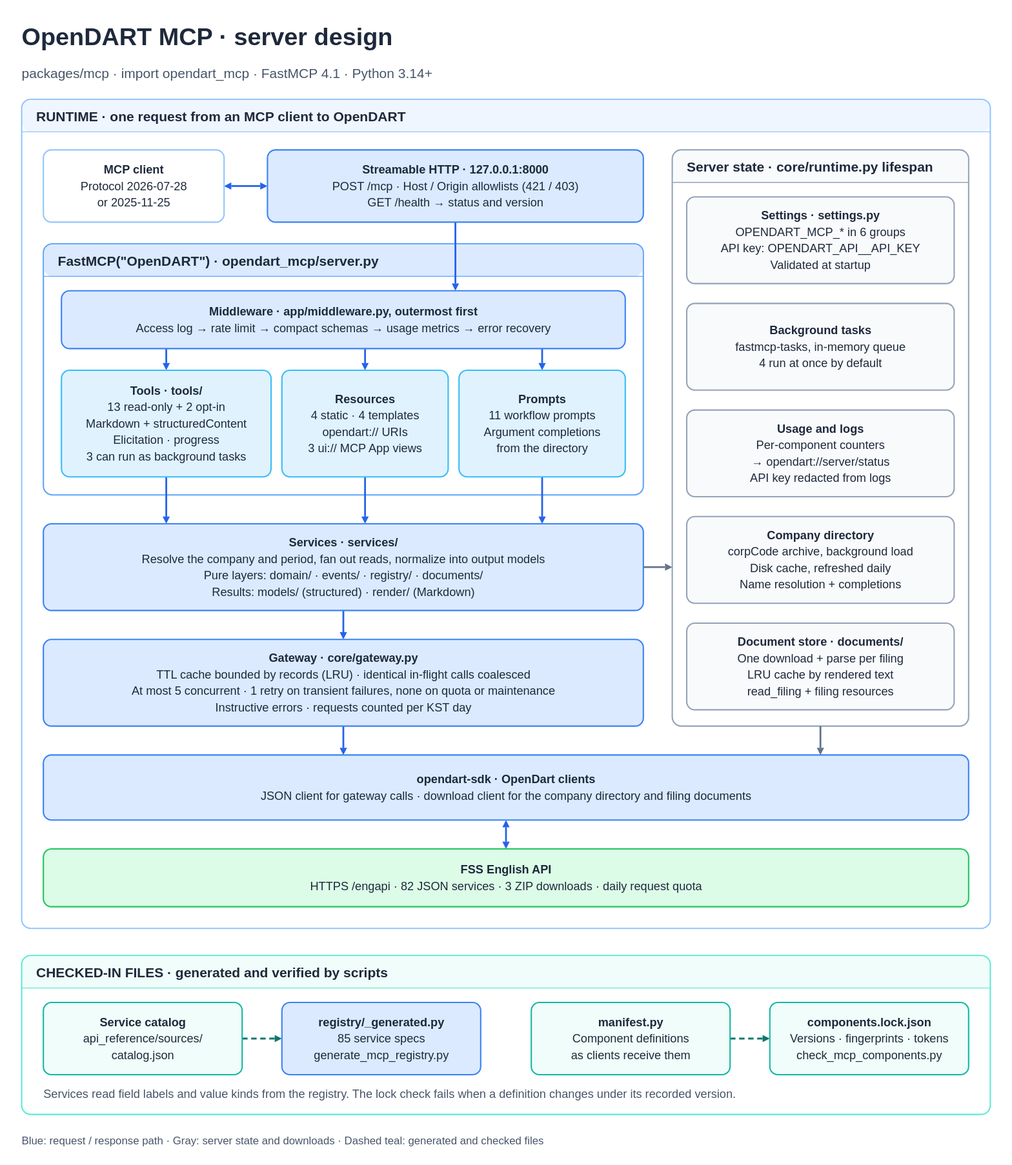
orestxherija/opendart keeps this draw.io diagram as packages/mcp/docs/architecture.svg. Above is the earlier version. Source tidied: cells renumbered, new cells last; positions are measured from the earlier drawing's top-left corner, leaving out a move shared by most shapes.
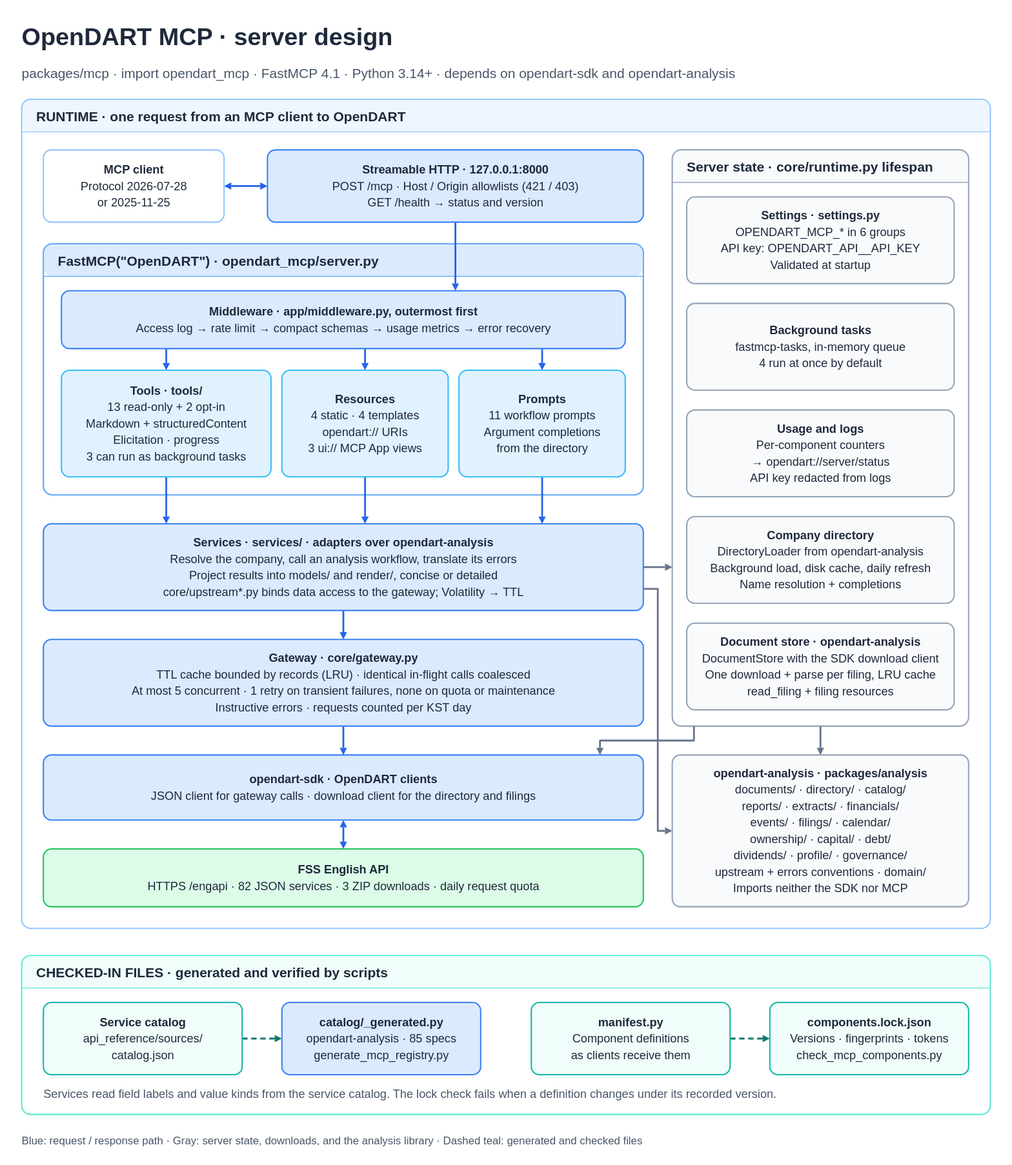
The same file after the commit.

Change to the diagram source:
```diff
@@ -5,7 +5,7 @@
     <mxCell id="2" value="OpenDART MCP · server design" style="rounded=1;whiteSpace=wrap;html=1;fontFamily=Arial;fontColor=#1e293b;strokeWidth=1.5;spacing=12;fontSize=27;fillColor=none;strokeColor=none;align=left;spacing=0;fontStyle=1;" parent="1" vertex="1">
       <mxGeometry width="1072" height="38" as="geometry" />
     </mxCell>
-    <mxCell id="3" value="packages/mcp · import opendart_mcp · FastMCP 4.1 · Python 3.14+" style="rounded=1;whiteSpace=wrap;html=1;fontFamily=Arial;fontColor=#475569;strokeWidth=1.5;spacing=12;fontSize=15;fillColor=none;strokeColor=none;align=left;spacing=0;" parent="1" vertex="1">
+    <mxCell id="3" value="packages/mcp · import opendart_mcp · FastMCP 4.1 · Python 3.14+ · depends on opendart-sdk and opendart-analysis" style="rounded=1;whiteSpace=wrap;html=1;fontFamily=Arial;fontColor=#475569;strokeWidth=1.5;spacing=12;fontSize=15;fillColor=none;strokeColor=none;align=left;spacing=0;" parent="1" vertex="1">
       <mxGeometry y="46" width="1072" height="26" as="geometry" />
     </mxCell>
     <mxCell id="4" value="RUNTIME · one request from an MCP client to OpenDART" style="rounded=1;whiteSpace=wrap;html=1;fontFamily=Arial;fontColor=#1e293b;strokeWidth=1.5;spacing=12;fontSize=15;fillColor=#eff6ff;strokeColor=#93c5fd;shape=swimlane;startSize=36;horizontal=1;align=left;spacingLeft=16;fontStyle=1;swimlaneFillColor=#ffffff;" parent="1" vertex="1">
@@ -38,7 +38,7 @@
     <mxCell id="13" value="&lt;b&gt;Prompts&lt;/b&gt;&lt;br&gt;11 workflow prompts&lt;br&gt;Argument completions&lt;br&gt;from the directory" style="rounded=1;whiteSpace=wrap;html=1;fontFamily=Arial;fontColor=#1e293b;strokeWidth=1.5;spacing=12;fontSize=13;fillColor=#e0f2fe;strokeColor=#38bdf8;" parent="5" vertex="1">
       <mxGeometry x="460" y="140" width="184" height="118" as="geometry" />
     </mxCell>
-    <mxCell id="14" value="&lt;b&gt;Services · services/&lt;/b&gt;&lt;br&gt;Resolve the company and period, fan out reads, normalize into output models&lt;br&gt;Pure layers: domain/ · events/ · registry/ · documents/&lt;br&gt;Results: models/ (structured) · render/ (Markdown)" style="rounded=1;whiteSpace=wrap;html=1;fontFamily=Arial;fontColor=#1e293b;strokeWidth=1.5;spacing=12;fontSize=13;fillColor=#dbeafe;strokeColor=#3b82f6;" parent="4" vertex="1">
+    <mxCell id="14" value="&lt;b&gt;Services · services/ · adapters over opendart-analysis&lt;/b&gt;&lt;br&gt;Resolve the company, call an analysis workflow, translate its errors&lt;br&gt;Project results into models/ and render/, concise or detailed&lt;br&gt;core/upstream*.py binds data access to the gateway; Volatility → TTL" style="rounded=1;whiteSpace=wrap;html=1;fontFamily=Arial;fontColor=#1e293b;strokeWidth=1.5;spacing=12;fontSize=13;fillColor=#dbeafe;strokeColor=#3b82f6;" parent="4" vertex="1">
       <mxGeometry x="24" y="470" width="664" height="96" as="geometry" />
     </mxCell>
     <mxCell id="15" value="&lt;b&gt;Gateway · core/gateway.py&lt;/b&gt;&lt;br&gt;TTL cache bounded by records (LRU) · identical in-flight calls coalesced&lt;br&gt;At most 5 concurrent · 1 retry on transient failures, none on quota or maintenance&lt;br&gt;Instructive errors · requests counted per KST day" style="rounded=1;whiteSpace=wrap;html=1;fontFamily=Arial;fontColor=#1e293b;strokeWidth=1.5;spacing=12;fontSize=13;fillColor=#dbeafe;strokeColor=#3b82f6;" parent="4" vertex="1">
@@ -53,22 +53,25 @@
     <mxCell id="18" value="&lt;b&gt;Usage and logs&lt;/b&gt;&lt;br&gt;Per-component counters&lt;br&gt;→ opendart://server/status&lt;br&gt;API key redacted from logs" style="rounded=1;whiteSpace=wrap;html=1;fontFamily=Arial;fontColor=#1e293b;strokeWidth=1.5;spacing=12;fontSize=13;fillColor=#f8fafc;strokeColor=#94a3b8;" parent="6" vertex="1">
       <mxGeometry x="16" y="288" width="296" height="96" as="geometry" />
     </mxCell>
-    <mxCell id="19" value="&lt;b&gt;Company directory&lt;/b&gt;&lt;br&gt;corpCode archive, background load&lt;br&gt;Disk cache, refreshed daily&lt;br&gt;Name resolution + completions" style="rounded=1;whiteSpace=wrap;html=1;fontFamily=Arial;fontColor=#1e293b;strokeWidth=1.5;spacing=12;fontSize=13;fillColor=#f8fafc;strokeColor=#94a3b8;" parent="6" vertex="1">
+    <mxCell id="19" value="&lt;b&gt;Company directory&lt;/b&gt;&lt;br&gt;DirectoryLoader from opendart-analysis&lt;br&gt;Background load, disk cache, daily refresh&lt;br&gt;Name resolution + completions" style="rounded=1;whiteSpace=wrap;html=1;fontFamily=Arial;fontColor=#1e293b;strokeWidth=1.5;spacing=12;fontSize=13;fillColor=#f8fafc;strokeColor=#94a3b8;" parent="6" vertex="1">
       <mxGeometry x="16" y="406" width="296" height="96" as="geometry" />
     </mxCell>
-    <mxCell id="20" value="&lt;b&gt;Document store · documents/&lt;/b&gt;&lt;br&gt;One download + parse per filing&lt;br&gt;LRU cache by rendered text&lt;br&gt;read_filing + filing resources" style="rounded=1;whiteSpace=wrap;html=1;fontFamily=Arial;fontColor=#1e293b;strokeWidth=1.5;spacing=12;fontSize=13;fillColor=#f8fafc;strokeColor=#94a3b8;" parent="6" vertex="1">
+    <mxCell id="20" value="&lt;b&gt;Document store · opendart-analysis&lt;/b&gt;&lt;br&gt;DocumentStore with the SDK download client&lt;br&gt;One download + parse per filing, LRU cache&lt;br&gt;read_filing + filing resources" style="rounded=1;whiteSpace=wrap;html=1;fontFamily=Arial;fontColor=#1e293b;strokeWidth=1.5;spacing=12;fontSize=13;fillColor=#f8fafc;strokeColor=#94a3b8;" parent="6" vertex="1">
       <mxGeometry x="16" y="524" width="296" height="96" as="geometry" />
     </mxCell>
-    <mxCell id="21" value="&lt;b&gt;opendart-sdk · OpenDart clients&lt;/b&gt;&lt;br&gt;JSON client for gateway calls · download client for the company directory and filing documents" style="rounded=1;whiteSpace=wrap;html=1;fontFamily=Arial;fontColor=#1e293b;strokeWidth=1.5;spacing=12;fontSize=13;fillColor=#dbeafe;strokeColor=#3b82f6;" parent="4" vertex="1">
-      <mxGeometry x="24" y="726" width="1024" height="72" as="geometry" />
+    <mxCell id="21" value="&lt;b&gt;opendart-sdk · OpenDART clients&lt;/b&gt;&lt;br&gt;JSON client for gateway calls · download client for the directory and filings" style="rounded=1;whiteSpace=wrap;html=1;fontFamily=Arial;fontColor=#1e293b;strokeWidth=1.5;spacing=12;fontSize=13;fillColor=#dbeafe;strokeColor=#3b82f6;" parent="4" vertex="1">
+      <mxGeometry x="24" y="726" width="664" height="72" as="geometry" />
     </mxCell>
     <mxCell id="22" value="&lt;b&gt;FSS English API&lt;/b&gt;&lt;br&gt;HTTPS /engapi · 82 JSON services · 3 ZIP downloads · daily request quota" style="rounded=1;whiteSpace=wrap;html=1;fontFamily=Arial;fontColor=#1e293b;strokeWidth=1.5;spacing=12;fontSize=13;fillColor=#dcfce7;strokeColor=#22c55e;" parent="4" vertex="1">
-      <mxGeometry x="24" y="830" width="1024" height="64" as="geometry" />
+      <mxGeometry x="24" y="830" width="664" height="64" as="geometry" />
     </mxCell>
+    <mxCell id="44" value="&lt;b&gt;opendart-analysis · packages/analysis&lt;/b&gt;&lt;br&gt;documents/ · directory/ · catalog/&lt;br&gt;reports/ · extracts/ · financials/&lt;br&gt;events/ · filings/ · calendar/&lt;br&gt;ownership/ · capital/ · debt/&lt;br&gt;dividends/ · profile/ · governance/&lt;br&gt;upstream + errors conventions · domain/&lt;br&gt;Imports neither the SDK nor MCP" style="rounded=1;whiteSpace=wrap;html=1;fontFamily=Arial;fontColor=#1e293b;strokeWidth=1.5;spacing=12;fontSize=13;fillColor=#f8fafc;strokeColor=#94a3b8;" parent="4" vertex="1">
+      <mxGeometry x="720" y="726" width="328" height="168" as="geometry" />
+    </mxCell>
     <mxCell id="23" value="&lt;b&gt;Service catalog&lt;/b&gt;&lt;br&gt;api_reference/sources/&lt;br&gt;catalog.json" style="rounded=1;whiteSpace=wrap;html=1;fontFamily=Arial;fontColor=#1e293b;strokeWidth=1.5;spacing=12;fontSize=13;fillColor=#f0fdfa;strokeColor=#14b8a6;" parent="7" vertex="1">
       <mxGeometry x="24" y="52" width="220" height="80" as="geometry" />
     </mxCell>
-    <mxCell id="24" value="&lt;b&gt;registry/_generated.py&lt;/b&gt;&lt;br&gt;85 service specs&lt;br&gt;generate_mcp_registry.py" style="rounded=1;whiteSpace=wrap;html=1;fontFamily=Arial;fontColor=#1e293b;strokeWidth=1.5;spacing=12;fontSize=13;fillColor=#dbeafe;strokeColor=#3b82f6;" parent="7" vertex="1">
+    <mxCell id="24" value="&lt;b&gt;catalog/_generated.py&lt;/b&gt;&lt;br&gt;opendart-analysis · 85 specs&lt;br&gt;generate_mcp_registry.py" style="rounded=1;whiteSpace=wrap;html=1;fontFamily=Arial;fontColor=#1e293b;strokeWidth=1.5;spacing=12;fontSize=13;fillColor=#dbeafe;strokeColor=#3b82f6;" parent="7" vertex="1">
       <mxGeometry x="288" y="52" width="220" height="80" as="geometry" />
     </mxCell>
     <mxCell id="25" value="&lt;b&gt;manifest.py&lt;/b&gt;&lt;br&gt;Component definitions&lt;br&gt;as clients receive them" style="rounded=1;whiteSpace=wrap;html=1;fontFamily=Arial;fontColor=#1e293b;strokeWidth=1.5;spacing=12;fontSize=13;fillColor=#f0fdfa;strokeColor=#14b8a6;" parent="7" vertex="1">
@@ -77,10 +80,10 @@
     <mxCell id="26" value="&lt;b&gt;components.lock.json&lt;/b&gt;&lt;br&gt;Versions · fingerprints · tokens&lt;br&gt;check_mcp_components.py" style="rounded=1;whiteSpace=wrap;html=1;fontFamily=Arial;fontColor=#1e293b;strokeWidth=1.5;spacing=12;fontSize=13;fillColor=#f0fdfa;strokeColor=#14b8a6;" parent="7" vertex="1">
       <mxGeometry x="828" y="52" width="220" height="80" as="geometry" />
     </mxCell>
-    <mxCell id="27" value="Services read field labels and value kinds from the registry. The lock check fails when a definition changes under its recorded version." style="rounded=1;whiteSpace=wrap;html=1;fontFamily=Arial;fontColor=#475569;strokeWidth=1.5;spacing=12;fontSize=13;fillColor=none;strokeColor=none;align=left;spacing=0;" parent="7" vertex="1">
+    <mxCell id="27" value="Services read field labels and value kinds from the service catalog. The lock check fails when a definition changes under its recorded version." style="rounded=1;whiteSpace=wrap;html=1;fontFamily=Arial;fontColor=#475569;strokeWidth=1.5;spacing=12;fontSize=13;fillColor=none;strokeColor=none;align=left;spacing=0;" parent="7" vertex="1">
       <mxGeometry x="24" y="142" width="1024" height="22" as="geometry" />
     </mxCell>
-    <mxCell id="28" value="Blue: request / response path · Gray: server state and downloads · Dashed teal: generated and checked files" style="rounded=1;whiteSpace=wrap;html=1;fontFamily=Arial;fontColor=#475569;strokeWidth=1.5;spacing=12;fontSize=12;fillColor=none;strokeColor=none;align=left;spacing=0;" parent="1" vertex="1">
+    <mxCell id="28" value="Blue: request / response path · Gray: server state, downloads, and the analysis library · Dashed teal: generated and checked files" style="rounded=1;whiteSpace=wrap;html=1;fontFamily=Arial;fontColor=#475569;strokeWidth=1.5;spacing=12;fontSize=12;fillColor=none;strokeColor=none;align=left;spacing=0;" parent="1" vertex="1">
       <mxGeometry y="1230" width="1072" height="22" as="geometry" />
     </mxCell>
     <mxCell id="29" style="edgeStyle=orthogonalEdgeStyle;rounded=1;html=1;strokeWidth=2;strokeColor=#2563eb;endArrow=block;endFill=1;exitX=1;exitY=0.5;entryX=0;entryY=0.5;exitPerimeter=0;entryPerimeter=0;startArrow=block;startFill=1;" parent="4" edge="1" source="8" target="9">
@@ -113,12 +116,28 @@
     <mxCell id="38" style="edgeStyle=orthogonalEdgeStyle;rounded=1;html=1;strokeWidth=2;strokeColor=#64748b;endArrow=block;endFill=1;exitX=1;exitY=0.5;entryX=0;entryY=0.7241;exitPerimeter=0;entryPerimeter=0;" parent="4" edge="1" source="14" target="6">
       <mxGeometry relative="1" as="geometry" />
     </mxCell>
-    <mxCell id="39" style="edgeStyle=orthogonalEdgeStyle;rounded=1;html=1;strokeWidth=2;strokeColor=#2563eb;endArrow=block;endFill=1;exitX=0.5;exitY=1;entryX=0.3242;entryY=0;exitPerimeter=0;entryPerimeter=0;" parent="4" edge="1" source="15" target="21">
+    <mxCell id="39" style="edgeStyle=orthogonalEdgeStyle;rounded=1;html=1;strokeWidth=2;strokeColor=#2563eb;endArrow=block;endFill=1;exitX=0.5;exitY=1;entryX=0.5;entryY=0;exitPerimeter=0;entryPerimeter=0;" parent="4" edge="1" source="15" target="21">
       <mxGeometry relative="1" as="geometry" />
     </mxCell>
-    <mxCell id="40" style="edgeStyle=orthogonalEdgeStyle;rounded=1;html=1;strokeWidth=2;strokeColor=#64748b;endArrow=block;endFill=1;exitX=0.5;exitY=1;entryX=0.8398;entryY=0;exitPerimeter=0;entryPerimeter=0;" parent="4" edge="1" source="6" target="21">
-      <mxGeometry relative="1" as="geometry" />
+    <mxCell id="40" style="edgeStyle=orthogonalEdgeStyle;rounded=1;html=1;strokeWidth=2;strokeColor=#64748b;endArrow=block;endFill=1;exitX=0.0732;exitY=1;entryX=0.9277;entryY=0;exitPerimeter=0;entryPerimeter=0;" parent="4" edge="1" source="6" target="21">
+      <mxGeometry relative="1" as="geometry">
+        <Array as="points">
+          <mxPoint x="744" y="710" />
+          <mxPoint x="640" y="710" />
+        </Array>
+      </mxGeometry>
     </mxCell>
+    <mxCell id="45" style="edgeStyle=orthogonalEdgeStyle;rounded=1;html=1;strokeWidth=2;strokeColor=#64748b;endArrow=block;endFill=1;exitX=0.5;exitY=1;entryX=0.5;entryY=0;exitPerimeter=0;entryPerimeter=0;" parent="4" edge="1" source="6" target="44">
+      <mxGeometry relative="1" as="geometry" />
+    </mxCell>
+    <mxCell id="46" style="edgeStyle=orthogonalEdgeStyle;rounded=1;html=1;strokeWidth=2;strokeColor=#64748b;endArrow=block;endFill=1;exitX=1;exitY=0.75;entryX=0;entryY=0.5;exitPerimeter=0;entryPerimeter=0;" parent="4" edge="1" source="14" target="44">
+      <mxGeometry relative="1" as="geometry">
+        <Array as="points">
+          <mxPoint x="704" y="542" />
+          <mxPoint x="704" y="810" />
+        </Array>
+      </mxGeometry>
+    </mxCell>
     <mxCell id="41" style="edgeStyle=orthogonalEdgeStyle;rounded=1;html=1;strokeWidth=2;strokeColor=#2563eb;endArrow=block;endFill=1;exitX=0.5;exitY=1;entryX=0.5;entryY=0;exitPerimeter=0;entryPerimeter=0;startArrow=block;startFill=1;" parent="4" edge="1" source="21" target="22">
       <mxGeometry relative="1" as="geometry" />
     </mxCell>
```
